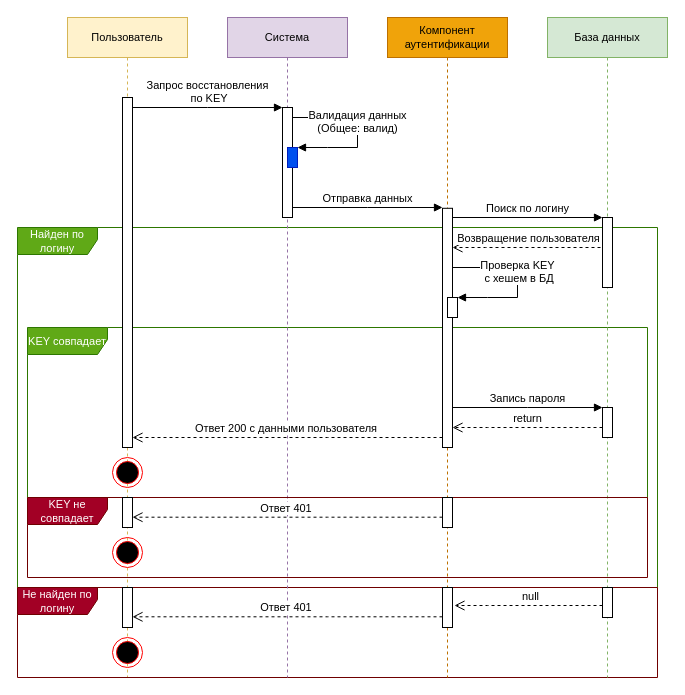
This is page "Восстановление по KEY" (7 of 11) of Docs/Диаграммы/Последовательности.drawio from savayaqu/PlaySaveBack, a draw.io file, before an edit. Source tidied: cells renumbered, new cells numbered last; positions are measured from the earlier drawing's top-left corner, leaving out a move shared by most shapes. Both pictures are drawn from the tidied source at 100%, with x=0, y=0 at pixel (17, 17).
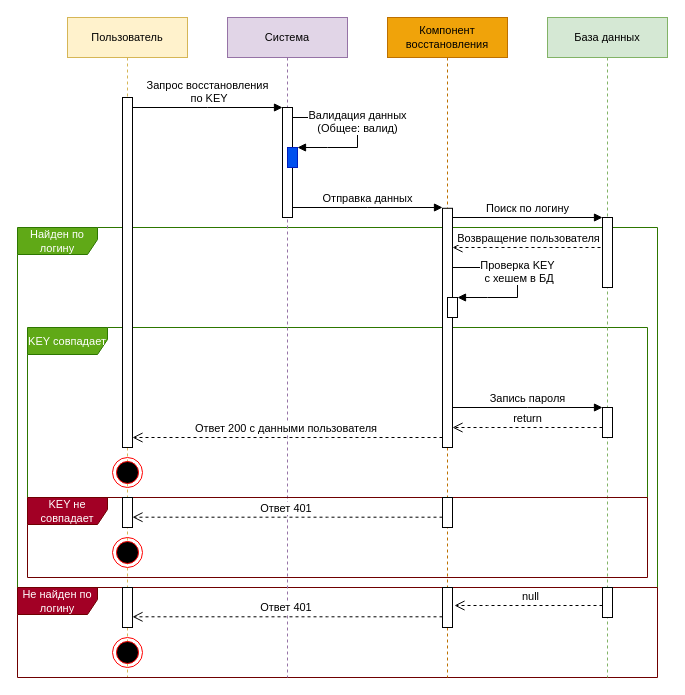
Above is the later version.

Change to the diagram source:
```diff
@@
-    <mxCell id="13" value="Компонент аутентификации" style="shape=umlLifeline;perimeter=lifelinePerimeter;whiteSpace=wrap;html=1;labelBackgroundColor=none;strokeColor=#BD7000;fontFamily=Helvetica;fontSize=11;fillColor=#f0a30a;fontColor=#000000;" parent="1" vertex="1">
+    <mxCell id="13" value="Компонент восстановления" style="shape=umlLifeline;perimeter=lifelinePerimeter;whiteSpace=wrap;html=1;labelBackgroundColor=none;strokeColor=#BD7000;fontFamily=Helvetica;fontSize=11;fillColor=#f0a30a;fontColor=#000000;" parent="1" vertex="1">
       <mxGeometry x="370" width="120" height="660" as="geometry" />
     </mxCell>
```
